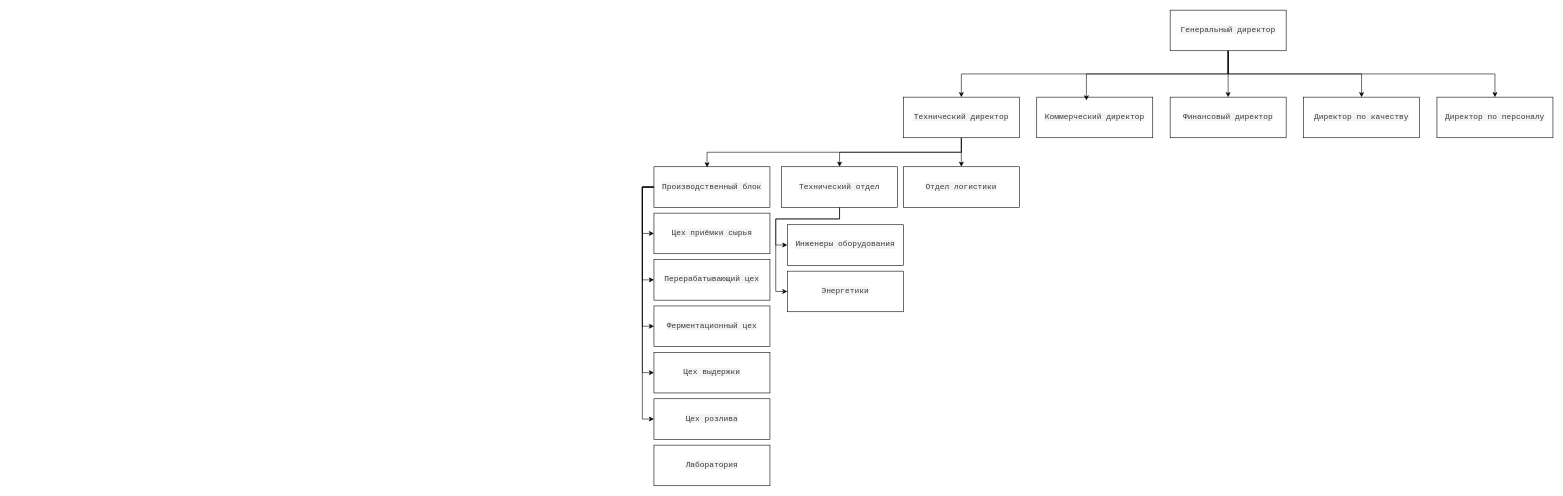
Above: организационная_структура.drawio in Shura-mint213/journal (draw.io), before the change. Source tidied: cells renumbered, new cells numbered last; positions are measured from the earlier drawing's top-left corner, leaving out a move shared by most shapes. Both pictures are drawn from the tidied source at 58%, with x=0, y=0 at pixel (654, 10).
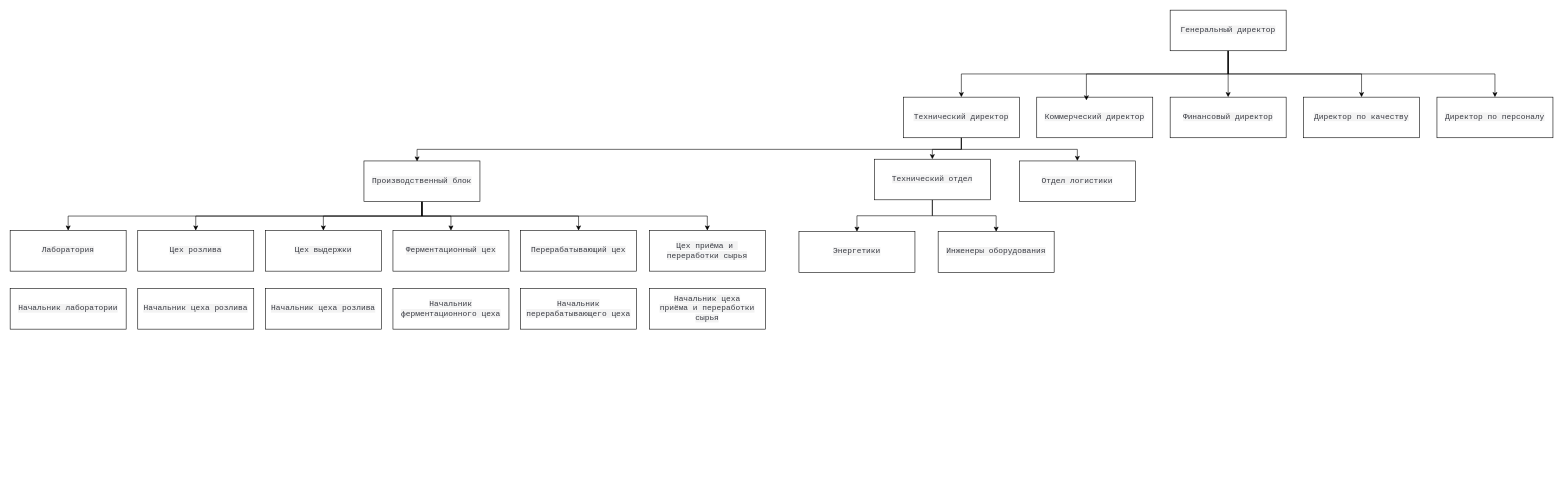
The same diagram, later.

Diff of the diagram source:
```diff
@@
-    <mxCell id="15" style="edgeStyle=orthogonalEdgeStyle;rounded=0;jettySize=auto;html=1;entryX=0;entryY=0.5;entryDx=0;entryDy=0;exitX=0;exitY=0.5;exitDx=0;exitDy=0;" parent="1" edge="1" source="20" target="30">
+    <mxCell id="15" style="edgeStyle=orthogonalEdgeStyle;rounded=0;jettySize=auto;html=1;exitX=0.5;exitY=1;exitDx=0;exitDy=0;entryX=0.5;entryY=0;entryDx=0;entryDy=0;" parent="1" edge="1" source="20" target="30">
       <mxGeometry relative="1" as="geometry" />
     </mxCell>
-    <mxCell id="16" style="edgeStyle=orthogonalEdgeStyle;rounded=0;jettySize=auto;html=1;exitX=0;exitY=0.5;exitDx=0;exitDy=0;entryX=0;entryY=0.5;entryDx=0;entryDy=0;" parent="1" edge="1" source="20" target="29">
+    <mxCell id="16" style="edgeStyle=orthogonalEdgeStyle;rounded=0;jettySize=auto;html=1;exitX=0.5;exitY=1;exitDx=0;exitDy=0;entryX=0.5;entryY=0;entryDx=0;entryDy=0;" parent="1" edge="1" source="20" target="29">
       <mxGeometry relative="1" as="geometry" />
     </mxCell>
-    <mxCell id="17" style="edgeStyle=orthogonalEdgeStyle;rounded=0;jettySize=auto;html=1;exitX=0;exitY=0.5;exitDx=0;exitDy=0;entryX=0;entryY=0.5;entryDx=0;entryDy=0;" parent="1" edge="1" source="20" target="28">
+    <mxCell id="17" style="edgeStyle=orthogonalEdgeStyle;rounded=0;jettySize=auto;html=1;exitX=0.5;exitY=1;exitDx=0;exitDy=0;entryX=0.5;entryY=0;entryDx=0;entryDy=0;" parent="1" edge="1" source="20" target="28">
       <mxGeometry relative="1" as="geometry" />
     </mxCell>
-    <mxCell id="18" style="edgeStyle=orthogonalEdgeStyle;rounded=0;jettySize=auto;html=1;exitX=0;exitY=0.5;exitDx=0;exitDy=0;entryX=0;entryY=0.5;entryDx=0;entryDy=0;" parent="1" edge="1" source="20" target="27">
+    <mxCell id="18" style="edgeStyle=orthogonalEdgeStyle;rounded=0;jettySize=auto;html=1;exitX=0.5;exitY=1;exitDx=0;exitDy=0;entryX=0.5;entryY=0;entryDx=0;entryDy=0;" parent="1" edge="1" source="20" target="27">
       <mxGeometry relative="1" as="geometry" />
     </mxCell>
-    <mxCell id="19" style="edgeStyle=orthogonalEdgeStyle;rounded=0;jettySize=auto;html=1;exitX=0;exitY=0.5;exitDx=0;exitDy=0;entryX=0;entryY=0.5;entryDx=0;entryDy=0;" parent="1" edge="1" source="20" target="31">
+    <mxCell id="19" style="edgeStyle=orthogonalEdgeStyle;rounded=0;jettySize=auto;html=1;exitX=0.5;exitY=1;exitDx=0;exitDy=0;entryX=0.5;entryY=0;entryDx=0;entryDy=0;" parent="1" edge="1" source="20" target="31">
       <mxGeometry relative="1" as="geometry" />
     </mxCell>
+    <mxCell id="34" style="edgeStyle=orthogonalEdgeStyle;rounded=0;jettySize=auto;html=1;exitX=0.5;exitY=1;exitDx=0;exitDy=0;entryX=0.5;entryY=0;entryDx=0;entryDy=0;" parent="1" edge="1" source="20" target="32">
+      <mxGeometry relative="1" as="geometry" />
+    </mxCell>
     <mxCell id="20" value="&lt;span style=&quot;color: rgb(56, 58, 66); font-family: monospace; font-size: 13.6px; text-align: left; white-space: pre; background-color: rgb(243, 243, 243);&quot;&gt;Производственный блок&lt;/span&gt;" style="rounded=0;whiteSpace=wrap;html=1;" parent="1" vertex="1">
-      <mxGeometry y="270" width="200" height="70" as="geometry" />
+      <mxGeometry x="-500" y="260" width="200" height="70" as="geometry" />
     </mxCell>
+    <mxCell id="22" style="edgeStyle=orthogonalEdgeStyle;rounded=0;jettySize=auto;html=1;exitX=0.5;exitY=1;exitDx=0;exitDy=0;entryX=0.5;entryY=0;entryDx=0;entryDy=0;" parent="1" edge="1" source="23" target="33">
+      <mxGeometry relative="1" as="geometry" />
+    </mxCell>
-    <mxCell id="21" style="edgeStyle=orthogonalEdgeStyle;rounded=0;jettySize=auto;html=1;exitX=0.5;exitY=1;exitDx=0;exitDy=0;entryX=0;entryY=0.5;entryDx=0;entryDy=0;" parent="1" edge="1" source="23" target="26">
+    <mxCell id="21" style="edgeStyle=orthogonalEdgeStyle;rounded=0;jettySize=auto;html=1;exitX=0.5;exitY=1;exitDx=0;exitDy=0;entryX=0.5;entryY=0;entryDx=0;entryDy=0;" parent="1" edge="1" source="23" target="26">
       <mxGeometry relative="1" as="geometry" />
     </mxCell>
-    <mxCell id="22" style="edgeStyle=orthogonalEdgeStyle;rounded=0;jettySize=auto;html=1;exitX=0.5;exitY=1;exitDx=0;exitDy=0;entryX=0;entryY=0.5;entryDx=0;entryDy=0;" parent="1" edge="1" source="23" target="33">
-      <mxGeometry relative="1" as="geometry">
-        <Array as="points">
-          <mxPoint x="320" y="360" />
-          <mxPoint x="210" y="360" />
-          <mxPoint x="210" y="485" />
-        </Array>
-      </mxGeometry>
-    </mxCell>
     <mxCell id="23" value="&lt;span style=&quot;color: rgb(56, 58, 66); font-family: monospace; font-size: 13.6px; text-align: left; white-space: pre; background-color: rgb(243, 243, 243);&quot;&gt;Технический отдел&lt;/span&gt;" style="rounded=0;whiteSpace=wrap;html=1;" parent="1" vertex="1">
-      <mxGeometry x="220" y="270" width="200" height="70" as="geometry" />
+      <mxGeometry x="380" y="257" width="200" height="70" as="geometry" />
     </mxCell>
     <mxCell id="24" value="&lt;span style=&quot;color: rgb(56, 58, 66); font-family: monospace; font-size: 13.6px; text-align: left; white-space: pre; background-color: rgb(243, 243, 243);&quot;&gt;Отдел логистики&lt;/span&gt;" style="rounded=0;whiteSpace=wrap;html=1;" parent="1" vertex="1">
-      <mxGeometry x="430" y="270" width="200" height="70" as="geometry" />
+      <mxGeometry x="630" y="260" width="200" height="70" as="geometry" />
     </mxCell>
@@
     <mxCell id="26" value="&lt;span style=&quot;color: rgb(56, 58, 66); font-family: monospace; font-size: 13.6px; text-align: left; white-space: pre; background-color: rgb(243, 243, 243);&quot;&gt;Инженеры оборудования&lt;/span&gt;" style="rounded=0;whiteSpace=wrap;html=1;" parent="1" vertex="1">
-      <mxGeometry x="230" y="370" width="200" height="70" as="geometry" />
+      <mxGeometry x="490" y="382" width="200" height="70" as="geometry" />
     </mxCell>
     <mxCell id="27" value="&lt;span style=&quot;color: rgb(56, 58, 66); font-family: monospace; font-size: 13.6px; text-align: left; white-space: pre; background-color: rgb(243, 243, 243);&quot;&gt;Цех выдержки&lt;/span&gt;" style="rounded=0;whiteSpace=wrap;html=1;" parent="1" vertex="1">
-      <mxGeometry y="590" width="200" height="70" as="geometry" />
+      <mxGeometry x="-670" y="380" width="200" height="70" as="geometry" />
     </mxCell>
     <mxCell id="28" value="&lt;span style=&quot;color: rgb(56, 58, 66); font-family: monospace; font-size: 13.6px; text-align: left; white-space: pre; background-color: rgb(243, 243, 243);&quot;&gt;Ферментационный цех&lt;/span&gt;" style="rounded=0;whiteSpace=wrap;html=1;" parent="1" vertex="1">
-      <mxGeometry y="510" width="200" height="70" as="geometry" />
+      <mxGeometry x="-450" y="380" width="200" height="70" as="geometry" />
     </mxCell>
-    <mxCell id="29" value="&lt;span style=&quot;color: rgb(56, 58, 66); font-family: monospace; font-size: 13.6px; text-align: left; white-space: pre; background-color: rgb(243, 243, 243);&quot;&gt;Перерабатывающий цех&lt;/span&gt;" style="rounded=0;whiteSpace=wrap;html=1;" parent="1" vertex="1">
-      <mxGeometry y="430" width="200" height="70" as="geometry" />
-    </mxCell>
-    <mxCell id="30" value="&lt;span style=&quot;color: rgb(56, 58, 66); font-family: monospace; font-size: 13.6px; text-align: left; white-space: pre; background-color: rgb(243, 243, 243);&quot;&gt;Цех приёмки сырья&lt;/span&gt;" style="rounded=0;whiteSpace=wrap;html=1;" parent="1" vertex="1">
-      <mxGeometry y="350" width="200" height="70" as="geometry" />
+    <mxCell id="30" value="&lt;span style=&quot;color: rgb(56, 58, 66); font-family: monospace; font-size: 13.6px; text-align: left; white-space: pre; background-color: rgb(243, 243, 243);&quot;&gt;Цех приёма и &lt;br/&gt;переработки сырья&lt;/span&gt;" style="rounded=0;whiteSpace=wrap;html=1;" parent="1" vertex="1">
+      <mxGeometry x="-8" y="380" width="200" height="70" as="geometry" />
     </mxCell>
     <mxCell id="31" value="&lt;span style=&quot;color: rgb(56, 58, 66); font-family: monospace; font-size: 13.6px; text-align: left; white-space: pre; background-color: rgb(243, 243, 243);&quot;&gt;Цех розлива&lt;/span&gt;" style="rounded=0;whiteSpace=wrap;html=1;" parent="1" vertex="1">
-      <mxGeometry y="670" width="200" height="70" as="geometry" />
+      <mxGeometry x="-890" y="380" width="200" height="70" as="geometry" />
     </mxCell>
     <mxCell id="32" value="&lt;span style=&quot;color: rgb(56, 58, 66); font-family: monospace; font-size: 13.6px; text-align: left; white-space: pre; background-color: rgb(243, 243, 243);&quot;&gt;Лаборатория&lt;/span&gt;" style="rounded=0;whiteSpace=wrap;html=1;" parent="1" vertex="1">
-      <mxGeometry y="750" width="200" height="70" as="geometry" />
+      <mxGeometry x="-1110" y="380" width="200" height="70" as="geometry" />
     </mxCell>
     <mxCell id="33" value="&lt;span style=&quot;color: rgb(56, 58, 66); font-family: monospace; font-size: 13.6px; text-align: left; white-space: pre; background-color: rgb(243, 243, 243);&quot;&gt;Энергетики&lt;/span&gt;" style="rounded=0;whiteSpace=wrap;html=1;" parent="1" vertex="1">
-      <mxGeometry x="230" y="450" width="200" height="70" as="geometry" />
+      <mxGeometry x="250" y="382" width="200" height="70" as="geometry" />
     </mxCell>
+    <mxCell id="29" value="&lt;span style=&quot;color: rgb(56, 58, 66); font-family: monospace; font-size: 13.6px; text-align: left; white-space: pre; background-color: rgb(243, 243, 243);&quot;&gt;Перерабатывающий цех&lt;/span&gt;" style="rounded=0;whiteSpace=wrap;html=1;" parent="1" vertex="1">
+      <mxGeometry x="-230" y="380" width="200" height="70" as="geometry" />
+    </mxCell>
+    <mxCell id="35" value="&lt;span style=&quot;color: rgb(56, 58, 66); font-family: monospace; font-size: 13.6px; text-align: left; white-space: pre; background-color: rgb(243, 243, 243);&quot;&gt;Начальник лаборатории&lt;/span&gt;" style="rounded=0;whiteSpace=wrap;html=1;" parent="1" vertex="1">
+      <mxGeometry x="-1110" y="480" width="200" height="70" as="geometry" />
+    </mxCell>
+    <mxCell id="36" value="&lt;span style=&quot;color: rgb(56, 58, 66); font-family: monospace; font-size: 13.6px; text-align: left; white-space: pre; background-color: rgb(243, 243, 243);&quot;&gt;Начальник цеха розлива&lt;/span&gt;" style="rounded=0;whiteSpace=wrap;html=1;" parent="1" vertex="1">
+      <mxGeometry x="-890" y="480" width="200" height="70" as="geometry" />
+    </mxCell>
+    <mxCell id="37" value="&lt;span style=&quot;color: rgb(56, 58, 66); font-family: monospace; font-size: 13.6px; text-align: left; white-space: pre; background-color: rgb(243, 243, 243);&quot;&gt;Начальник цеха розлива&lt;/span&gt;" style="rounded=0;whiteSpace=wrap;html=1;" parent="1" vertex="1">
+      <mxGeometry x="-670" y="480" width="200" height="70" as="geometry" />
+    </mxCell>
+    <mxCell id="38" value="&lt;span style=&quot;color: rgb(56, 58, 66); font-family: monospace; font-size: 13.6px; text-align: left; white-space: pre; background-color: rgb(243, 243, 243);&quot;&gt;Начальник&lt;/span&gt;&lt;div&gt;&lt;span style=&quot;color: rgb(56, 58, 66); font-family: monospace; font-size: 13.6px; text-align: left; white-space: pre; background-color: rgb(243, 243, 243);&quot;&gt;ферментационного&lt;/span&gt;&lt;span style=&quot;background-color: light-dark(rgb(243, 243, 243), rgb(28, 28, 28)); color: light-dark(rgb(56, 58, 66), rgb(185, 187, 194)); font-family: monospace; font-size: 13.6px; text-align: left; white-space: pre;&quot;&gt; цеха&lt;/span&gt;&lt;/div&gt;" style="rounded=0;whiteSpace=wrap;html=1;" parent="1" vertex="1">
+      <mxGeometry x="-450" y="480" width="200" height="70" as="geometry" />
+    </mxCell>
+    <mxCell id="39" value="&lt;span style=&quot;color: rgb(56, 58, 66); font-family: monospace; font-size: 13.6px; text-align: left; white-space: pre; background-color: rgb(243, 243, 243);&quot;&gt;Начальник&lt;/span&gt;&lt;div&gt;&lt;span style=&quot;color: rgb(56, 58, 66); font-family: monospace; font-size: 13.6px; text-align: left; white-space: pre; background-color: rgb(243, 243, 243);&quot;&gt;перерабатывающего цеха&lt;/span&gt;&lt;/div&gt;" style="rounded=0;whiteSpace=wrap;html=1;" parent="1" vertex="1">
+      <mxGeometry x="-230" y="480" width="200" height="70" as="geometry" />
+    </mxCell>
+    <mxCell id="40" value="&lt;span style=&quot;color: rgb(56, 58, 66); font-family: monospace; font-size: 13.6px; text-align: left; white-space: pre; background-color: rgb(243, 243, 243);&quot;&gt;Начальник цеха&lt;/span&gt;&lt;div&gt;&lt;span style=&quot;color: rgb(56, 58, 66); font-family: monospace; font-size: 13.6px; text-align: left; white-space: pre; background-color: rgb(243, 243, 243);&quot;&gt;приёма и переработки&lt;/span&gt;&lt;/div&gt;&lt;div&gt;&lt;span style=&quot;color: rgb(56, 58, 66); font-family: monospace; font-size: 13.6px; text-align: left; white-space: pre; background-color: rgb(243, 243, 243);&quot;&gt;сырья&lt;/span&gt;&lt;/div&gt;" style="rounded=0;whiteSpace=wrap;html=1;" parent="1" vertex="1">
+      <mxGeometry x="-8" y="480" width="200" height="70" as="geometry" />
+    </mxCell>
```
